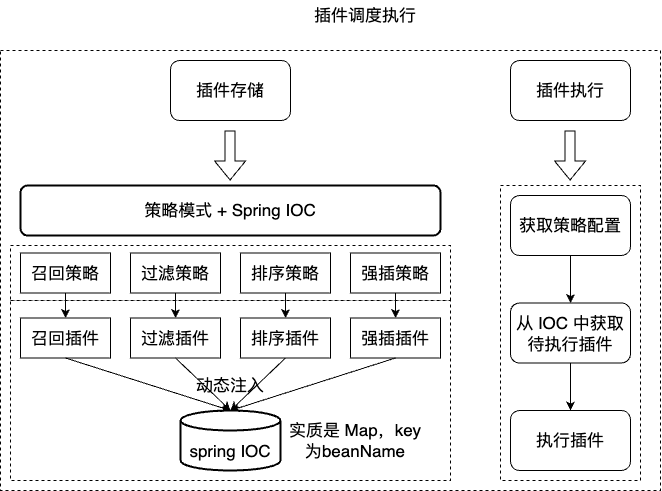
The draw.io diagram work-draw-file/标签复用之详细说明.png in liujunao/draw-data, before a commit. Source tidied: cells renumbered, new cells last; positions are measured from the earlier drawing's top-left corner, leaving out a move shared by most shapes.
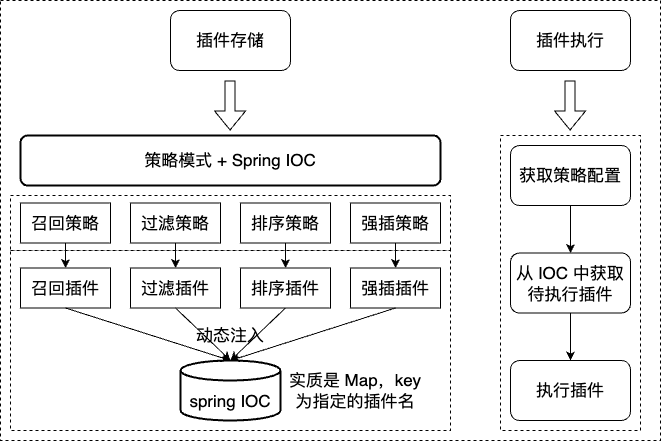
The same file after the commit.

Commit message:
更新标签复用之详细说明.png

The edit, as a diff of the source:
```diff
@@ -83,7 +83,7 @@
         <mxPoint x="229.6" y="180" as="targetPoint" />
       </mxGeometry>
     </mxCell>
-    <mxCell id="28" value="&lt;font size=&quot;3&quot;&gt;实质是 Map，key 为beanName&lt;/font&gt;" style="text;html=1;strokeColor=none;fillColor=none;align=center;verticalAlign=middle;whiteSpace=wrap;rounded=0;" parent="1" vertex="1">
+    <mxCell id="28" value="&lt;font size=&quot;3&quot;&gt;实质是 Map，key 为指定的插件名&lt;/font&gt;" style="text;html=1;strokeColor=none;fillColor=none;align=center;verticalAlign=middle;whiteSpace=wrap;rounded=0;" parent="1" vertex="1">
       <mxGeometry x="280" y="415" width="150" height="50" as="geometry" />
     </mxCell>
     <mxCell id="29" style="edgeStyle=orthogonalEdgeStyle;rounded=0;jettySize=auto;html=1;exitX=0.5;exitY=1;exitDx=0;exitDy=0;" parent="1" edge="1" source="30" target="32">
@@ -107,8 +107,5 @@
         <mxPoint x="569.6" y="180" as="targetPoint" />
       </mxGeometry>
     </mxCell>
-    <mxCell id="35" value="&lt;font size=&quot;3&quot;&gt;插件调度执行&lt;/font&gt;" style="text;html=1;strokeColor=none;fillColor=none;align=center;verticalAlign=middle;whiteSpace=wrap;rounded=0;" parent="1" vertex="1">
-      <mxGeometry x="310" width="110" height="30" as="geometry" />
-    </mxCell>
   </root>
 </mxGraphModel>
```
